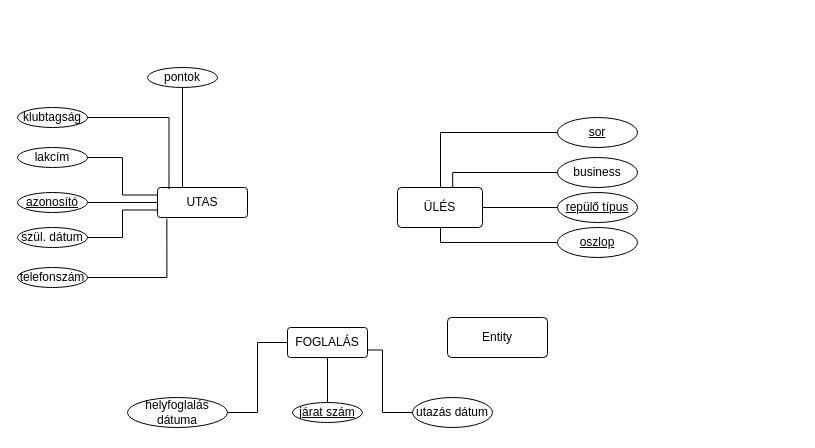
Earlier version of the draw.io diagram adatb2.drawio (Cickanylord/adatblab2). Source tidied: cells renumbered, new cells numbered last; positions are measured from the earlier drawing's top-left corner, leaving out a move shared by most shapes. Both pictures are drawn from the tidied source at 100%, with x=0, y=0 at pixel (17, 67).
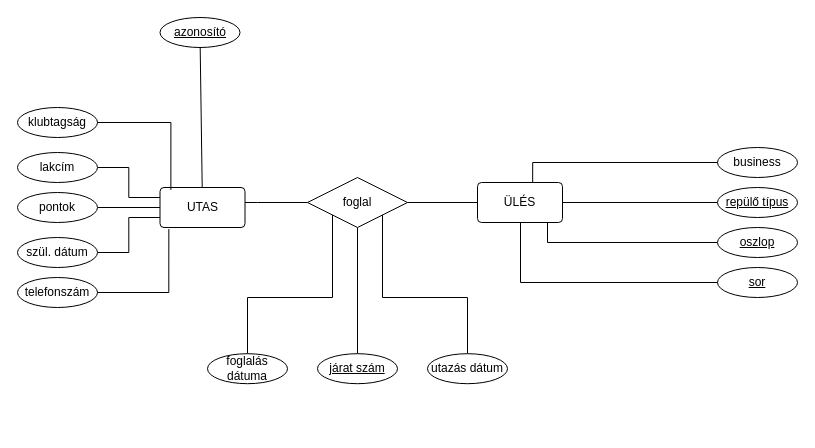
The same diagram, later.

Change to the diagram source:
```diff
@@
+    <mxCell id="35" style="edgeStyle=orthogonalEdgeStyle;rounded=0;jettySize=auto;html=1;endArrow=none;endFill=0;" parent="1" edge="1" source="2" target="40">
+      <mxGeometry relative="1" as="geometry">
+        <Array as="points">
+          <mxPoint x="240" y="135" />
+          <mxPoint x="240" y="135" />
+        </Array>
+      </mxGeometry>
+    </mxCell>
     <mxCell id="2" value="UTAS" style="rounded=1;arcSize=10;whiteSpace=wrap;html=1;align=center;" parent="1" vertex="1">
-      <mxGeometry x="140" y="120" width="90" height="30" as="geometry" />
+      <mxGeometry x="142.5" y="120" width="85" height="40" as="geometry" />
     </mxCell>
@@
     <mxCell id="4" value="&lt;u&gt;azonosító&lt;/u&gt;" style="ellipse;whiteSpace=wrap;html=1;" parent="1" vertex="1">
-      <mxGeometry y="125" width="70" height="20" as="geometry" />
+      <mxGeometry x="142.5" y="-50" width="80" height="30" as="geometry" />
     </mxCell>
@@
     <mxCell id="6" value="szül. dátum" style="ellipse;whiteSpace=wrap;html=1;" parent="1" vertex="1">
-      <mxGeometry y="160" width="70" height="20" as="geometry" />
+      <mxGeometry y="170" width="80" height="30" as="geometry" />
     </mxCell>
-    <mxCell id="7" style="edgeStyle=orthogonalEdgeStyle;rounded=0;jettySize=auto;html=1;entryX=0.25;entryY=0;entryDx=0;entryDy=0;endArrow=none;endFill=0;" parent="1" edge="1" source="8" target="2">
-      <mxGeometry relative="1" as="geometry">
-        <Array as="points">
-          <mxPoint x="165" y="120" />
-        </Array>
-      </mxGeometry>
+    <mxCell id="7" style="edgeStyle=orthogonalEdgeStyle;rounded=0;jettySize=auto;html=1;endArrow=none;endFill=0;" parent="1" edge="1" source="8" target="2">
+      <mxGeometry relative="1" as="geometry" />
     </mxCell>
     <mxCell id="8" value="pontok" style="ellipse;whiteSpace=wrap;html=1;" parent="1" vertex="1">
-      <mxGeometry x="130" width="70" height="20" as="geometry" />
+      <mxGeometry y="125" width="80" height="30" as="geometry" />
     </mxCell>
@@
     <mxCell id="10" value="lakcím" style="ellipse;whiteSpace=wrap;html=1;" parent="1" vertex="1">
-      <mxGeometry y="80" width="70" height="20" as="geometry" />
+      <mxGeometry y="85" width="80" height="30" as="geometry" />
     </mxCell>
     <mxCell id="11" value="telefonszám" style="ellipse;whiteSpace=wrap;html=1;" parent="1" vertex="1">
-      <mxGeometry y="200" width="70" height="20" as="geometry" />
+      <mxGeometry y="210" width="80" height="30" as="geometry" />
     </mxCell>
     <mxCell id="12" value="klubtagság" style="ellipse;whiteSpace=wrap;html=1;" parent="1" vertex="1">
-      <mxGeometry y="40" width="70" height="20" as="geometry" />
+      <mxGeometry y="40" width="80" height="30" as="geometry" />
     </mxCell>
@@
+    <mxCell id="36" style="edgeStyle=orthogonalEdgeStyle;rounded=0;jettySize=auto;html=1;endArrow=none;endFill=0;" parent="1" edge="1" source="16" target="40">
+      <mxGeometry relative="1" as="geometry" />
+    </mxCell>
     <mxCell id="16" value="ÜLÉS" style="rounded=1;arcSize=10;whiteSpace=wrap;html=1;align=center;er;" parent="1" vertex="1">
-      <mxGeometry x="380" y="120" width="85" height="40" as="geometry" />
+      <mxGeometry x="460" y="115" width="85" height="40" as="geometry" />
     </mxCell>
     <mxCell id="17" style="edgeStyle=orthogonalEdgeStyle;rounded=0;jettySize=auto;html=1;exitX=0;exitY=0.5;exitDx=0;exitDy=0;endArrow=none;endFill=0;" parent="1" edge="1" source="18" target="16">
       <mxGeometry relative="1" as="geometry">
         <Array as="points">
-          <mxPoint x="560" y="140" />
+          <mxPoint x="700" y="135" />
         </Array>
       </mxGeometry>
     </mxCell>
     <mxCell id="18" value="&lt;u&gt;repülő típus&lt;/u&gt;" style="ellipse;whiteSpace=wrap;html=1;" parent="1" vertex="1">
-      <mxGeometry x="540" y="125" width="80" height="30" as="geometry" />
+      <mxGeometry x="700" y="120" width="80" height="30" as="geometry" />
     </mxCell>
     <mxCell id="19" style="edgeStyle=orthogonalEdgeStyle;rounded=0;jettySize=auto;html=1;endArrow=none;endFill=0;" parent="1" edge="1" source="20" target="16">
       <mxGeometry relative="1" as="geometry">
         <Array as="points">
-          <mxPoint x="423" y="175" />
+          <mxPoint x="530" y="175" />
         </Array>
       </mxGeometry>
     </mxCell>
     <mxCell id="20" value="oszlop" style="ellipse;whiteSpace=wrap;html=1;fontStyle=4;" parent="1" vertex="1">
-      <mxGeometry x="540" y="160" width="80" height="30" as="geometry" />
+      <mxGeometry x="700" y="160" width="80" height="30" as="geometry" />
     </mxCell>
     <mxCell id="21" value="sor" style="ellipse;whiteSpace=wrap;html=1;fontStyle=4;" parent="1" vertex="1">
-      <mxGeometry x="540" y="50" width="80" height="30" as="geometry" />
+      <mxGeometry x="700" y="200" width="80" height="30" as="geometry" />
     </mxCell>
     <mxCell id="22" value="business" style="ellipse;whiteSpace=wrap;html=1;" parent="1" vertex="1">
-      <mxGeometry x="540" y="90" width="80" height="30" as="geometry" />
+      <mxGeometry x="700" y="80" width="80" height="30" as="geometry" />
     </mxCell>
@@
     <mxCell id="24" style="edgeStyle=orthogonalEdgeStyle;rounded=0;jettySize=auto;html=1;endArrow=none;endFill=0;" parent="1" edge="1" source="21" target="16">
       <mxGeometry relative="1" as="geometry">
         <Array as="points">
-          <mxPoint x="423" y="65" />
+          <mxPoint x="503" y="215" />
         </Array>
       </mxGeometry>
     </mxCell>
-    <mxCell id="25" value="FOGLALÁS" style="rounded=1;arcSize=10;whiteSpace=wrap;html=1;align=center;" parent="1" vertex="1">
-      <mxGeometry x="270" y="260" width="80" height="30" as="geometry" />
-    </mxCell>
-    <mxCell id="26" style="edgeStyle=orthogonalEdgeStyle;rounded=0;jettySize=auto;html=1;entryX=0;entryY=0.5;entryDx=0;entryDy=0;fontStyle=4;endArrow=none;endFill=0;" parent="1" edge="1" source="27" target="25">
-      <mxGeometry relative="1" as="geometry" />
-    </mxCell>
+    <mxCell id="37" style="edgeStyle=orthogonalEdgeStyle;rounded=0;jettySize=auto;html=1;entryX=0;entryY=1;entryDx=0;entryDy=0;endArrow=none;endFill=0;" parent="1" edge="1" source="27" target="40">
+      <mxGeometry relative="1" as="geometry">
+        <Array as="points">
+          <mxPoint x="230" y="230" />
+          <mxPoint x="315" y="230" />
+        </Array>
+      </mxGeometry>
+    </mxCell>
-    <mxCell id="27" value="&lt;span&gt;helyfoglalás dátuma&lt;/span&gt;" style="ellipse;whiteSpace=wrap;html=1;fontStyle=0;" parent="1" vertex="1">
-      <mxGeometry x="110" y="330" width="100" height="30" as="geometry" />
+    <mxCell id="27" value="&lt;span&gt;foglalás dátuma&lt;/span&gt;" style="ellipse;whiteSpace=wrap;html=1;fontStyle=0;" parent="1" vertex="1">
+      <mxGeometry x="190" y="286.2" width="80" height="30" as="geometry" />
     </mxCell>
-    <mxCell id="28" style="edgeStyle=orthogonalEdgeStyle;rounded=0;jettySize=auto;html=1;endArrow=none;endFill=0;" parent="1" edge="1" source="29" target="25">
-      <mxGeometry relative="1" as="geometry" />
-    </mxCell>
+    <mxCell id="38" style="edgeStyle=orthogonalEdgeStyle;rounded=0;jettySize=auto;html=1;endArrow=none;endFill=0;" parent="1" edge="1" source="29" target="40">
+      <mxGeometry relative="1" as="geometry" />
+    </mxCell>
     <mxCell id="29" value="járat szám" style="ellipse;whiteSpace=wrap;html=1;fontStyle=4;" parent="1" vertex="1">
-      <mxGeometry x="275" y="335" width="70" height="20" as="geometry" />
+      <mxGeometry x="300" y="286.2" width="80" height="30" as="geometry" />
     </mxCell>
-    <mxCell id="30" style="edgeStyle=orthogonalEdgeStyle;rounded=0;jettySize=auto;html=1;entryX=1;entryY=0.75;entryDx=0;entryDy=0;endArrow=none;endFill=0;" parent="1" edge="1" source="31" target="25">
-      <mxGeometry relative="1" as="geometry">
-        <Array as="points">
-          <mxPoint x="365" y="345" />
-          <mxPoint x="365" y="282" />
-        </Array>
-      </mxGeometry>
-    </mxCell>
+    <mxCell id="39" style="edgeStyle=orthogonalEdgeStyle;rounded=0;jettySize=auto;html=1;exitX=0.5;exitY=0;exitDx=0;exitDy=0;entryX=1;entryY=1;entryDx=0;entryDy=0;endArrow=none;endFill=0;" parent="1" edge="1" source="31" target="40">
+      <mxGeometry relative="1" as="geometry">
+        <Array as="points">
+          <mxPoint x="450" y="230" />
+          <mxPoint x="365" y="230" />
+        </Array>
+      </mxGeometry>
+    </mxCell>
     <mxCell id="31" value="utazás dátum" style="ellipse;whiteSpace=wrap;html=1;" parent="1" vertex="1">
-      <mxGeometry x="395" y="330" width="80" height="30" as="geometry" />
+      <mxGeometry x="410" y="286.2" width="80" height="30" as="geometry" />
     </mxCell>
@@
     <mxCell id="33" style="edgeStyle=orthogonalEdgeStyle;rounded=0;jettySize=auto;html=1;entryX=0.649;entryY=-0.007;entryDx=0;entryDy=0;entryPerimeter=0;endArrow=none;endFill=0;" parent="1" edge="1" source="22" target="16">
       <mxGeometry relative="1" as="geometry">
         <Array as="points">
-          <mxPoint x="435" y="105" />
+          <mxPoint x="515" y="95" />
         </Array>
       </mxGeometry>
     </mxCell>
-    <mxCell id="34" value="Entity" style="rounded=1;arcSize=10;whiteSpace=wrap;html=1;align=center;" parent="1" vertex="1">
-      <mxGeometry x="430" y="250" width="100" height="40" as="geometry" />
-    </mxCell>
+    <mxCell id="40" value="foglal" style="shape=rhombus;perimeter=rhombusPerimeter;whiteSpace=wrap;html=1;align=center;" parent="1" vertex="1">
+      <mxGeometry x="290" y="110" width="100" height="50" as="geometry" />
+    </mxCell>
```
